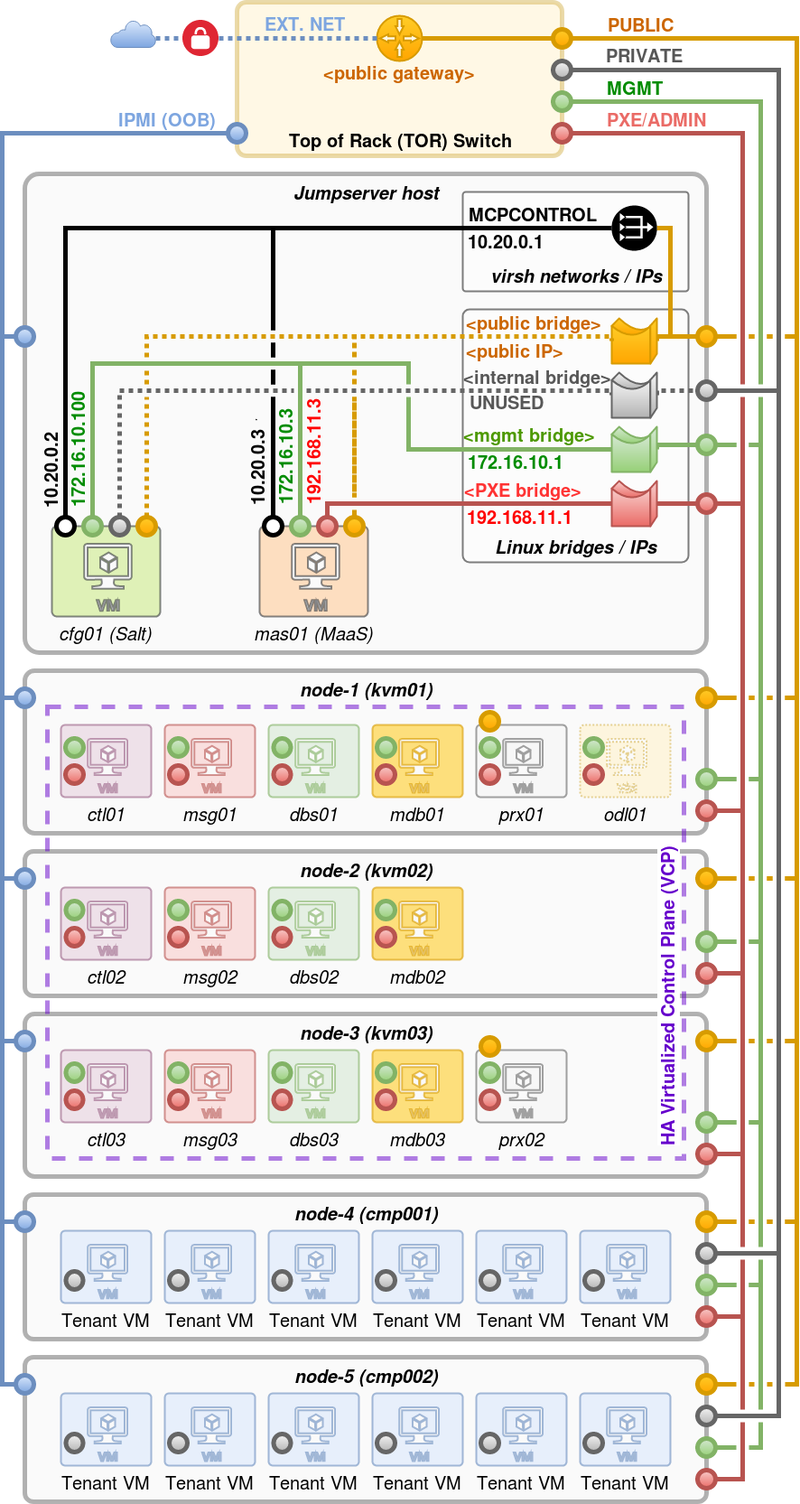
Earlier version of the draw.io export docs/release/installation/img/fuel_baremetal.png (opnfv/fuel). Source tidied: cells renumbered, new cells last; positions are measured from the earlier drawing's top-left corner, leaving out a move shared by most shapes.
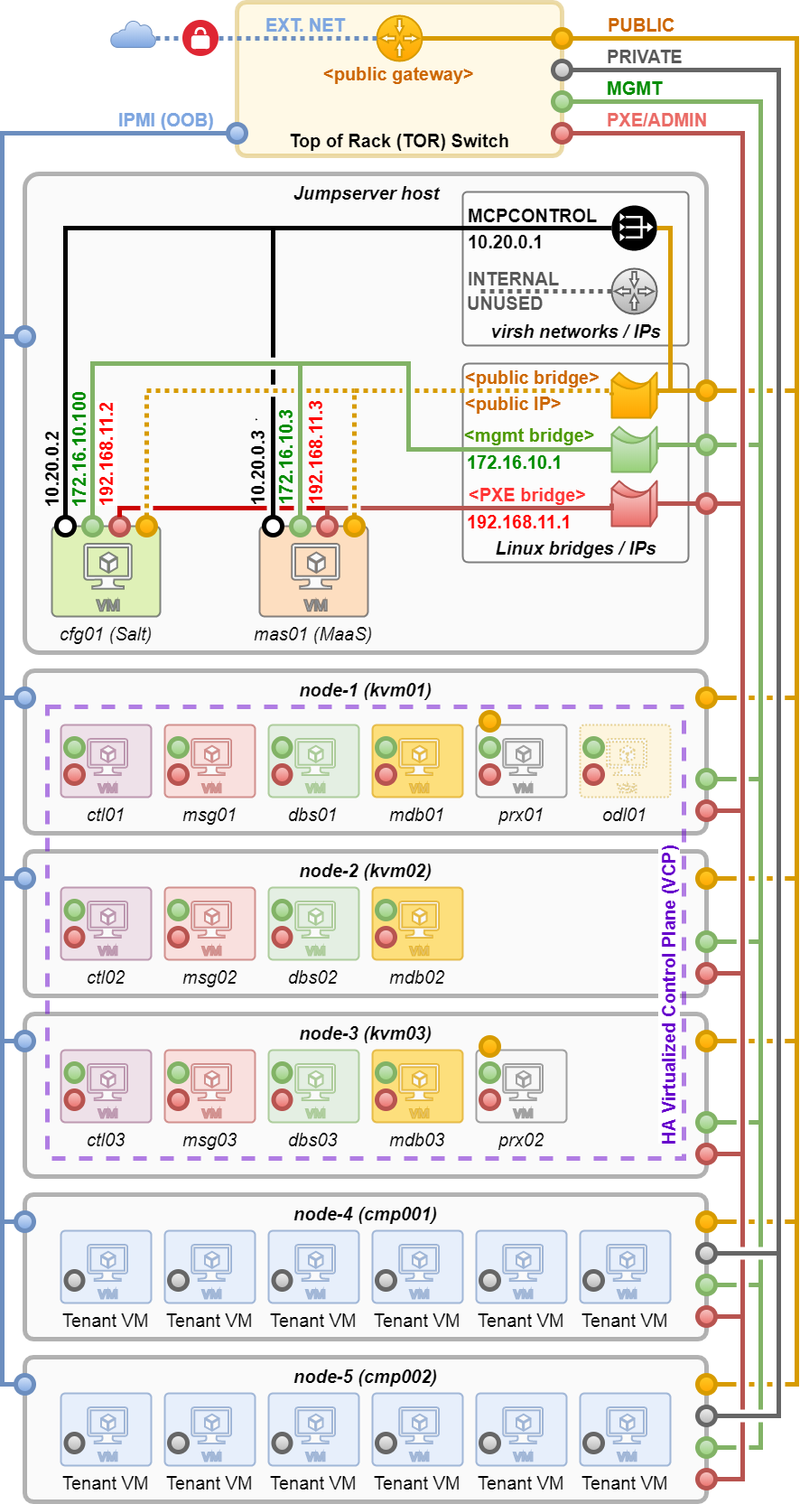
After the commit.

What changed in the source:
```diff
@@ -24,10 +24,2 @@
     </mxCell>
-    <mxCell id="5" style="edgeStyle=orthogonalEdgeStyle;rounded=0;jumpStyle=gap;html=1;exitX=1;exitY=0.5;entryX=1;entryY=0.5;endArrow=none;endFill=0;jettySize=auto;strokeWidth=5;fontSize=14;fontColor=#000000;fillColor=#f5f5f5;strokeColor=#666666;gradientColor=#b3b3b3;" parent="1" edge="1" source="194" target="96">
-      <mxGeometry relative="1" as="geometry">
-        <Array as="points">
-          <mxPoint x="860" y="430" />
-          <mxPoint x="860" y="75" />
-        </Array>
-      </mxGeometry>
-    </mxCell>
     <mxCell id="6" style="edgeStyle=elbowEdgeStyle;rounded=0;jumpStyle=gap;html=1;entryX=1;entryY=0.5;startArrow=none;startFill=0;startSize=0;endArrow=none;endFill=0;endSize=5;jettySize=auto;strokeColor=#b85450;strokeWidth=5;fillColor=#f8cecc;gradientColor=#ea6b66;" parent="1" edge="1" source="72" target="35">
@@ -69,6 +61,6 @@
     <mxCell id="14" value="&lt;font style=&quot;font-size: 20px&quot; color=&quot;#000000&quot;&gt;&lt;i&gt;&lt;b&gt;Linux bridges / IPs&lt;/b&gt;&lt;/i&gt;&lt;/font&gt;" style="rounded=1;whiteSpace=wrap;html=1;shadow=0;strokeWidth=2;fillColor=#ffffff;fontSize=12;fontColor=#FFFFFF;align=center;strokeColor=#000000;arcSize=3;verticalAlign=bottom;opacity=50;" parent="1" vertex="1">
-      <mxGeometry x="510" y="340" width="250" height="280" as="geometry" />
+      <mxGeometry x="510" y="400" width="250" height="220" as="geometry" />
     </mxCell>
     <mxCell id="15" value="&lt;font style=&quot;font-size: 20px&quot; color=&quot;#000000&quot;&gt;&lt;i&gt;&lt;b&gt;virsh networks / IPs&lt;/b&gt;&lt;/i&gt;&lt;/font&gt;" style="rounded=1;whiteSpace=wrap;html=1;shadow=0;strokeWidth=2;fillColor=#ffffff;fontSize=12;fontColor=#FFFFFF;align=center;strokeColor=#000000;arcSize=3;verticalAlign=bottom;opacity=50;" parent="1" vertex="1">
-      <mxGeometry x="510" y="210" width="250" height="110" as="geometry" />
+      <mxGeometry x="510" y="210" width="250" height="170" as="geometry" />
     </mxCell>
@@ -177,3 +169,3 @@
     <mxCell id="38" style="ellipse;whiteSpace=wrap;html=1;fillColor=#ffcd28;strokeColor=#d79b00;gradientColor=#ffa500;strokeWidth=5;perimeterSpacing=0;" parent="1" vertex="1">
-      <mxGeometry x="770" y="360" width="20" height="20" as="geometry" />
+      <mxGeometry x="770" y="420" width="20" height="20" as="geometry" />
     </mxCell>
@@ -315,7 +307,8 @@
     </mxCell>
-    <mxCell id="78" style="edgeStyle=orthogonalEdgeStyle;rounded=0;jumpStyle=gap;html=1;exitX=0.5;exitY=0;entryX=0;entryY=0.5;entryPerimeter=0;labelBackgroundColor=none;startArrow=none;startFill=0;startSize=0;endArrow=none;endFill=0;endSize=5;jettySize=auto;strokeColor=#666666;strokeWidth=5;fontSize=20;fontColor=#7EA6E0;align=left;fillColor=#f5f5f5;gradientColor=#b3b3b3;dashed=1;dashPattern=1 1;" parent="1" edge="1" source="81" target="196">
+    <mxCell id="78" style="edgeStyle=orthogonalEdgeStyle;rounded=0;jumpStyle=gap;html=1;entryX=0;entryY=0.5;entryPerimeter=0;labelBackgroundColor=none;startArrow=none;startFill=0;startSize=0;endArrow=none;endFill=0;endSize=5;jettySize=auto;strokeColor=#666666;strokeWidth=5;fontSize=20;fontColor=#7EA6E0;align=left;fillColor=#f5f5f5;gradientColor=#b3b3b3;dashed=1;dashPattern=1 1;" parent="1" edge="1" target="203">
       <mxGeometry relative="1" as="geometry">
+        <mxPoint x="530" y="320" as="sourcePoint" />
         <Array as="points">
-          <mxPoint x="130" y="430" />
-          <mxPoint x="675" y="430" />
+          <mxPoint x="610" y="320" />
+          <mxPoint x="610" y="320" />
         </Array>
@@ -323,13 +316,13 @@
     </mxCell>
-    <mxCell id="79" value="&lt;b&gt;&lt;font color=&quot;#575757&quot;&gt;&amp;lt;internal bridge&amp;gt;&lt;/font&gt;&lt;/b&gt;" style="text;html=1;align=center;verticalAlign=bottom;labelBackgroundColor=none;fontSize=20;fontColor=#7EA6E0;" parent="78" vertex="1">
+    <mxCell id="79" value="&lt;b&gt;&lt;font color=&quot;#575757&quot;&gt;INTERNAL&lt;/font&gt;&lt;/b&gt;" style="text;html=1;align=right;verticalAlign=bottom;labelBackgroundColor=none;fontSize=20;fontColor=#7EA6E0;" parent="78" vertex="1">
       <mxGeometry x="0.86" relative="1" as="geometry">
-        <mxPoint x="-39" y="-1" as="offset" />
+        <mxPoint x="-47" y="-1" as="offset" />
       </mxGeometry>
     </mxCell>
-    <mxCell id="80" value="&lt;b&gt;&lt;font color=&quot;#575757&quot;&gt;UNUSED&lt;/font&gt;&lt;/b&gt;" style="text;html=1;align=center;verticalAlign=top;labelBackgroundColor=none;fontSize=20;fontColor=#7EA6E0;" parent="78" vertex="1">
+    <mxCell id="80" value="&lt;b&gt;&lt;font color=&quot;#575757&quot;&gt;UNUSED&lt;/font&gt;&lt;/b&gt;" style="text;html=1;align=right;verticalAlign=top;labelBackgroundColor=none;fontSize=20;fontColor=#7EA6E0;" parent="78" vertex="1">
       <mxGeometry x="0.89" y="-3" relative="1" as="geometry">
-        <mxPoint x="-83" y="-8" as="offset" />
+        <mxPoint x="-67" y="-8" as="offset" />
       </mxGeometry>
     </mxCell>
-    <mxCell id="81" style="ellipse;whiteSpace=wrap;html=1;fillColor=#f5f5f5;strokeColor=#666666;strokeWidth=5;perimeterSpacing=0;gradientColor=#b3b3b3;" parent="1" vertex="1">
+    <mxCell id="81" style="ellipse;whiteSpace=wrap;html=1;fillColor=#f8cecc;strokeColor=#b85450;strokeWidth=5;perimeterSpacing=0;gradientColor=#ea6b66;" parent="1" vertex="1">
       <mxGeometry x="120" y="570" width="20" height="20" as="geometry" />
@@ -358,3 +351,3 @@
       <mxGeometry x="0.55" y="-1" relative="1" as="geometry">
-        <mxPoint x="32" y="-5" as="offset" />
+        <mxPoint x="31" y="-5" as="offset" />
       </mxGeometry>
@@ -372,24 +365,2 @@
     </mxCell>
-    <mxCell id="90" style="edgeStyle=orthogonalEdgeStyle;rounded=0;jumpStyle=gap;elbow=vertical;html=1;startArrow=none;startFill=0;startSize=0;endArrow=none;endFill=0;endSize=5;jettySize=auto;strokeColor=#b85450;strokeWidth=5;fillColor=#f8cecc;gradientColor=#ea6b66;entryX=0;entryY=0.5;entryPerimeter=0;" parent="1" edge="1" source="94" target="170">
-      <mxGeometry relative="1" as="geometry">
-        <Array as="points">
-          <mxPoint x="360" y="555" />
-        </Array>
-      </mxGeometry>
-    </mxCell>
-    <mxCell id="91" value="&lt;b&gt;&lt;font color=&quot;#ff0000&quot;&gt;192.168.11.3&lt;/font&gt;&lt;/b&gt;" style="text;html=1;align=left;verticalAlign=bottom;labelBackgroundColor=none;fontSize=20;fontColor=#000000;labelPosition=right;verticalLabelPosition=top;spacingLeft=0;spacingRight=-10;horizontal=0;fontStyle=1;" parent="90" vertex="1">
-      <mxGeometry x="0.34" y="-10" relative="1" as="geometry">
-        <mxPoint x="-207" y="-7" as="offset" />
-      </mxGeometry>
-    </mxCell>
-    <mxCell id="92" value="&lt;b&gt;&lt;font color=&quot;#ff0000&quot;&gt;192.168.11.1&lt;/font&gt;&lt;/b&gt;" style="text;html=1;align=center;verticalAlign=top;labelBackgroundColor=none;fontSize=20;fontColor=#7EA6E0;" parent="90" vertex="1">
-      <mxGeometry x="0.27" y="-2" relative="1" as="geometry">
-        <mxPoint x="18" y="-5" as="offset" />
-      </mxGeometry>
-    </mxCell>
-    <mxCell id="93" value="&lt;b&gt;&lt;font style=&quot;font-size: 20px&quot; color=&quot;#ff3333&quot;&gt;&amp;lt;PXE bridge&amp;gt;&lt;/font&gt;&lt;/b&gt;" style="text;html=1;align=center;verticalAlign=bottom;labelBackgroundColor=none;fontSize=14;fontColor=#000000;" parent="90" vertex="1">
-      <mxGeometry x="0.2" y="1" relative="1" as="geometry">
-        <mxPoint x="33" y="-1" as="offset" />
-      </mxGeometry>
-    </mxCell>
     <mxCell id="94" style="ellipse;whiteSpace=wrap;html=1;fillColor=#f8cecc;strokeColor=#b85450;strokeWidth=5;perimeterSpacing=0;gradientColor=#ea6b66;" parent="1" vertex="1">
@@ -672,3 +643,3 @@
     <mxCell id="166" value="&lt;font color=&quot;#000000&quot;&gt;10.20.0.2&lt;/font&gt;" style="text;html=1;align=center;verticalAlign=bottom;labelBackgroundColor=none;fontSize=20;fontColor=#000000;horizontal=0;fontStyle=1;spacingBottom=0;spacingLeft=0;" parent="1" vertex="1">
-      <mxGeometry x="72" y="488" as="geometry">
+      <mxGeometry x="72" y="487" as="geometry">
         <mxPoint x="-5" y="-30" as="offset" />
@@ -691,3 +662,3 @@
         <Array as="points">
-          <mxPoint x="725" y="370" />
+          <mxPoint x="725" y="430" />
         </Array>
@@ -696,3 +667,3 @@
     <mxCell id="172" style="shape=mxgraph.cisco.misc.bridge;html=1;dashed=0;fillColor=#ffcd28;strokeColor=#d79b00;strokeWidth=2;verticalLabelPosition=bottom;verticalAlign=top;glass=0;dashPattern=1 1;labelBackgroundColor=none;fontSize=20;fontColor=#7EA6E0;align=left;gradientColor=#ffa500;" parent="1" vertex="1">
-      <mxGeometry x="675" y="350" width="50" height="50" as="geometry" />
+      <mxGeometry x="675" y="410" width="50" height="50" as="geometry" />
     </mxCell>
@@ -739,4 +710,4 @@
         <Array as="points">
-          <mxPoint x="390" y="370" />
-          <mxPoint x="675" y="370" />
+          <mxPoint x="390" y="430" />
+          <mxPoint x="675" y="430" />
         </Array>
@@ -746,3 +717,3 @@
       <mxGeometry x="0.57" y="-3" relative="1" as="geometry">
-        <mxPoint x="-7" y="-5" as="offset" />
+        <mxPoint x="-21" y="-7" as="offset" />
       </mxGeometry>
@@ -751,10 +722,11 @@
       <mxGeometry x="0.51" y="-3" relative="1" as="geometry">
-        <mxPoint x="29" y="-5" as="offset" />
+        <mxPoint x="13" y="-5" as="offset" />
       </mxGeometry>
     </mxCell>
-    <mxCell id="187" style="edgeStyle=orthogonalEdgeStyle;rounded=0;jumpStyle=gap;html=1;entryX=0.5;entryY=0;startArrow=none;startFill=0;startSize=0;endArrow=none;endFill=0;endSize=5;jettySize=auto;strokeColor=#d79b00;strokeWidth=5;fillColor=#ffcd28;gradientColor=#ffa500;dashed=1;dashPattern=1 1;" parent="1" edge="1" source="77" target="89">
+    <mxCell id="187" style="edgeStyle=orthogonalEdgeStyle;rounded=0;jumpStyle=gap;html=1;startArrow=none;startFill=0;startSize=0;endArrow=none;endFill=0;endSize=5;jettySize=auto;strokeColor=#d79b00;strokeWidth=5;fillColor=#ffcd28;gradientColor=#ffa500;dashed=1;dashPattern=1 1;" parent="1" edge="1" source="77">
       <mxGeometry relative="1" as="geometry">
+        <mxPoint x="390" y="430" as="targetPoint" />
         <Array as="points">
-          <mxPoint x="160" y="370" />
-          <mxPoint x="390" y="370" />
+          <mxPoint x="160" y="430" />
+          <mxPoint x="390" y="430" />
         </Array>
@@ -784,10 +756,2 @@
     </mxCell>
-    <mxCell id="192" style="edgeStyle=orthogonalEdgeStyle;rounded=0;jumpStyle=gap;html=1;entryX=0.5;entryY=0;startArrow=none;startFill=0;startSize=0;endArrow=none;endFill=0;endSize=5;jettySize=auto;strokeColor=#000000;strokeWidth=5;" parent="1" edge="1" source="73" target="83">
-      <mxGeometry relative="1" as="geometry">
-        <Array as="points">
-          <mxPoint x="70" y="250" />
-          <mxPoint x="300" y="250" />
-        </Array>
-      </mxGeometry>
-    </mxCell>
     <mxCell id="193" style="edgeStyle=elbowEdgeStyle;rounded=0;html=1;entryX=1;entryY=0.5;startArrow=none;startFill=0;startSize=0;endArrow=none;endFill=0;endSize=5;jettySize=auto;strokeColor=#d79b00;strokeWidth=5;fillColor=#ffcd28;gradientColor=#ffa500;jumpStyle=gap;" parent="1" edge="1" source="44" target="41">
@@ -800,15 +764,2 @@
     </mxCell>
-    <mxCell id="194" style="ellipse;whiteSpace=wrap;html=1;fillColor=#f5f5f5;strokeColor=#666666;gradientColor=#b3b3b3;strokeWidth=5;perimeterSpacing=0;" parent="1" vertex="1">
-      <mxGeometry x="770" y="420" width="20" height="20" as="geometry" />
-    </mxCell>
-    <mxCell id="195" style="edgeStyle=orthogonalEdgeStyle;rounded=0;jumpStyle=gap;html=1;exitX=1;exitY=0.5;exitPerimeter=0;entryX=0;entryY=0.5;endArrow=none;endFill=0;jettySize=auto;strokeWidth=5;fontSize=14;fontColor=#000000;fillColor=#f5f5f5;strokeColor=#666666;gradientColor=#b3b3b3;dashed=1;dashPattern=1 1;" parent="1" edge="1" source="196" target="194">
-      <mxGeometry relative="1" as="geometry">
-        <Array as="points">
-          <mxPoint x="725" y="430" />
-        </Array>
-      </mxGeometry>
-    </mxCell>
-    <mxCell id="196" style="shape=mxgraph.cisco.misc.bridge;html=1;dashed=0;fillColor=#f5f5f5;strokeColor=#666666;strokeWidth=2;verticalLabelPosition=bottom;verticalAlign=top;glass=0;dashPattern=1 1;labelBackgroundColor=none;fontSize=20;fontColor=#7EA6E0;align=left;gradientColor=#b3b3b3;" parent="1" vertex="1">
-      <mxGeometry x="675" y="410" width="50" height="50" as="geometry" />
-    </mxCell>
     <mxCell id="197" style="edgeStyle=elbowEdgeStyle;rounded=0;jumpStyle=gap;html=1;entryX=1;entryY=0.5;startArrow=none;startFill=0;startSize=0;endArrow=none;endFill=0;endSize=5;jettySize=auto;strokeColor=#d79b00;strokeWidth=5;fillColor=#ffcd28;gradientColor=#ffa500;" parent="1" edge="1" source="131" target="110">
@@ -844,3 +795,3 @@
       <mxGeometry x="-0.67" y="-4" relative="1" as="geometry">
-        <mxPoint x="-71" y="-6" as="offset" />
+        <mxPoint x="-81" y="-6" as="offset" />
       </mxGeometry>
@@ -853,2 +804,49 @@
     </mxCell>
+    <mxCell id="203" style="shadow=0;dashed=0;html=1;strokeColor=#666666;shape=mxgraph.mscae.enterprise.gateway;fillColor=#f5f5f5;gradientColor=#b3b3b3;strokeWidth=2;verticalAlign=bottom;spacingBottom=-30;spacingTop=0;" parent="1" vertex="1">
+      <mxGeometry x="675" y="295" width="50" height="50" as="geometry" />
+    </mxCell>
+    <mxCell id="204" style="edgeStyle=orthogonalEdgeStyle;rounded=0;jumpStyle=gap;html=1;exitX=0.5;exitY=0;entryX=0.5;entryY=0;endArrow=none;endFill=0;jettySize=auto;strokeColor=#CC0000;strokeWidth=5;fontSize=14;fontColor=#FF3333;" parent="1" edge="1" source="81" target="94">
+      <mxGeometry relative="1" as="geometry">
+        <Array as="points">
+          <mxPoint x="130" y="560" />
+          <mxPoint x="360" y="560" />
+        </Array>
+      </mxGeometry>
+    </mxCell>
+    <mxCell id="205" value="&lt;b&gt;&lt;font color=&quot;#ff0000&quot; style=&quot;font-size: 20px&quot;&gt;192.168.11.2&lt;/font&gt;&lt;/b&gt;" style="text;html=1;align=left;verticalAlign=middle;labelBackgroundColor=#ffffff;fontSize=14;fontColor=#FF3333;horizontal=0;" parent="204" vertex="1">
+      <mxGeometry x="-0.82" relative="1" as="geometry">
+        <mxPoint x="-29" as="offset" />
+      </mxGeometry>
+    </mxCell>
+    <mxCell id="90" style="edgeStyle=orthogonalEdgeStyle;rounded=0;jumpStyle=gap;elbow=vertical;html=1;startArrow=none;startFill=0;startSize=0;endArrow=none;endFill=0;endSize=5;jettySize=auto;strokeColor=#b85450;strokeWidth=5;fillColor=#f8cecc;gradientColor=#ea6b66;entryX=0;entryY=0.5;entryPerimeter=0;" parent="1" edge="1" source="94" target="170">
+      <mxGeometry relative="1" as="geometry">
+        <Array as="points">
+          <mxPoint x="360" y="560" />
+          <mxPoint x="675" y="560" />
+        </Array>
+      </mxGeometry>
+    </mxCell>
+    <mxCell id="91" value="&lt;b&gt;&lt;font color=&quot;#ff0000&quot;&gt;192.168.11.3&lt;/font&gt;&lt;/b&gt;" style="text;html=1;align=left;verticalAlign=bottom;labelBackgroundColor=none;fontSize=20;fontColor=#000000;labelPosition=right;verticalLabelPosition=top;spacingLeft=0;spacingRight=-10;horizontal=0;fontStyle=1;" parent="90" vertex="1">
+      <mxGeometry x="0.34" y="-10" relative="1" as="geometry">
+        <mxPoint x="-210" y="-12" as="offset" />
+      </mxGeometry>
+    </mxCell>
+    <mxCell id="92" value="&lt;b&gt;&lt;font color=&quot;#ff0000&quot;&gt;192.168.11.1&lt;/font&gt;&lt;/b&gt;" style="text;html=1;align=center;verticalAlign=top;labelBackgroundColor=none;fontSize=20;fontColor=#7EA6E0;" parent="90" vertex="1">
+      <mxGeometry x="0.27" y="-2" relative="1" as="geometry">
+        <mxPoint x="12" y="-5" as="offset" />
+      </mxGeometry>
+    </mxCell>
+    <mxCell id="93" value="&lt;b&gt;&lt;font style=&quot;font-size: 20px&quot; color=&quot;#ff3333&quot;&gt;&amp;lt;PXE bridge&amp;gt;&lt;/font&gt;&lt;/b&gt;" style="text;html=1;align=center;verticalAlign=bottom;labelBackgroundColor=none;fontSize=14;fontColor=#000000;" parent="90" vertex="1">
+      <mxGeometry x="0.2" y="1" relative="1" as="geometry">
+        <mxPoint x="33" y="-1" as="offset" />
+      </mxGeometry>
+    </mxCell>
+    <mxCell id="192" style="edgeStyle=orthogonalEdgeStyle;rounded=0;jumpStyle=gap;html=1;entryX=0.5;entryY=0;startArrow=none;startFill=0;startSize=0;endArrow=none;endFill=0;endSize=5;jettySize=auto;strokeColor=#000000;strokeWidth=5;" parent="1" edge="1" source="73" target="83">
+      <mxGeometry relative="1" as="geometry">
+        <Array as="points">
+          <mxPoint x="70" y="250" />
+          <mxPoint x="300" y="250" />
+        </Array>
+      </mxGeometry>
+    </mxCell>
   </root>
```
